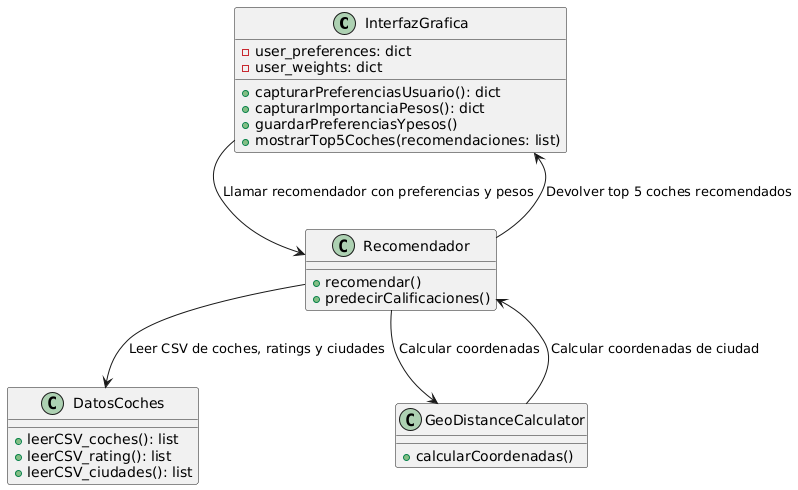
Earlier version of the PlantUML export diagrams/diagrama_clases.png (Ventupentu/Car-Finder).
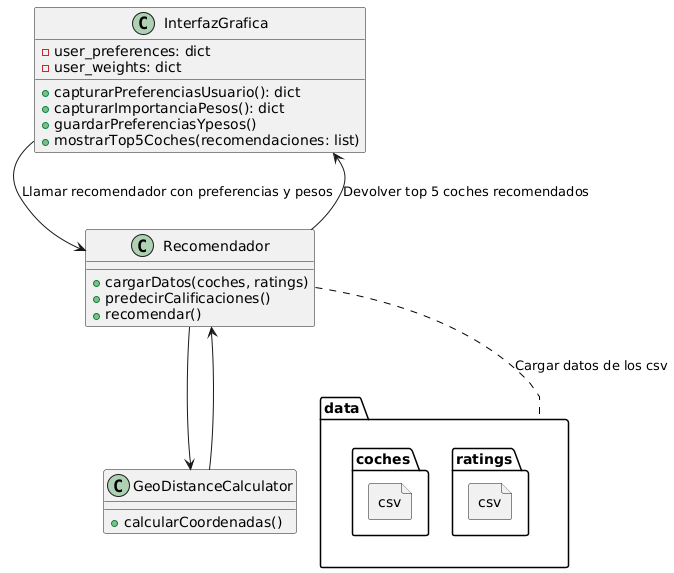
After the change.

The edit, as a diff of the source:
```diff
@@ -9,23 +9,31 @@
 }
 
 class Recomendador {
+    + cargarDatos(coches, ratings)
+    + predecirCalificaciones()
     + recomendar()
-    + predecirCalificaciones()
 }
 
-class DatosCoches {
-    + leerCSV_coches(): list
-    + leerCSV_rating(): list
-    + leerCSV_ciudades(): list
-}
+
 
 class GeoDistanceCalculator {
     + calcularCoordenadas()
 }
 
+folder "data" {
+
+file coches.csv {
+
+}
+
+file ratings.csv {
+}
+}
+
 InterfazGrafica --> Recomendador : Llamar recomendador con preferencias y pesos
-Recomendador --> DatosCoches : Leer CSV de coches, ratings y ciudades
-Recomendador --> GeoDistanceCalculator : Calcular coordenadas
+Recomendador --> GeoDistanceCalculator
 Recomendador --> InterfazGrafica : Devolver top 5 coches recomendados
-GeoDistanceCalculator --> Recomendador : Calcular coordenadas de ciudad
+GeoDistanceCalculator --> Recomendador
+
+Recomendador -- data #black;line.dashed : Cargar datos de los csv
 @enduml
```
